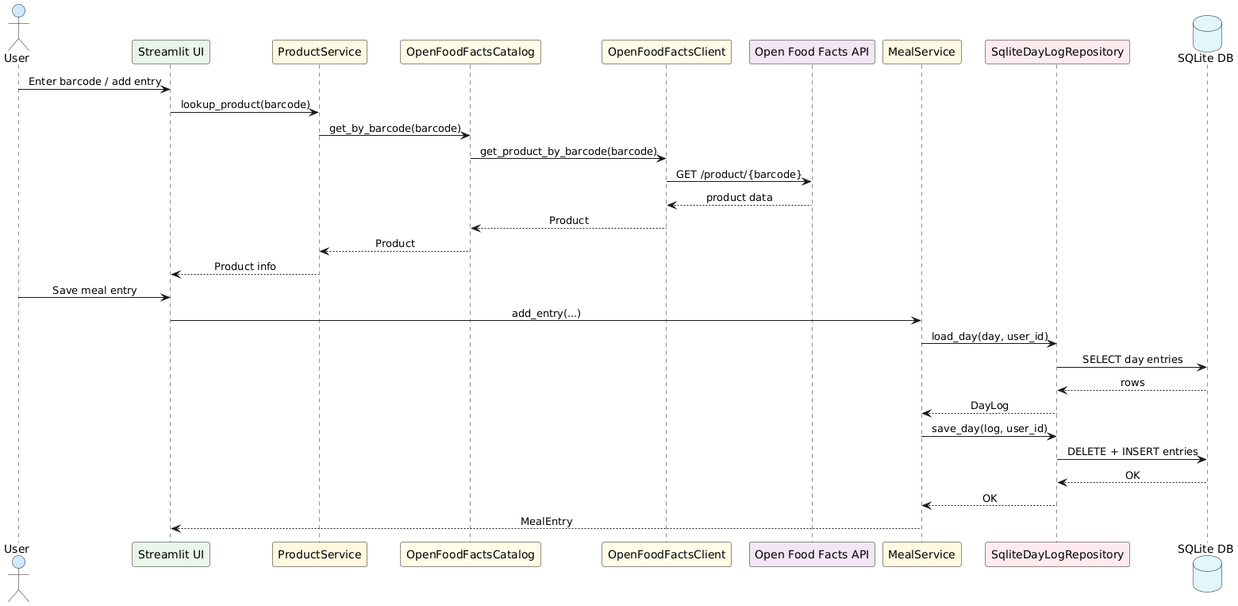
Earlier version of the PlantUML export pictures/uml-sequence-1.png (unibo-dtm-se-2425-havij/report).
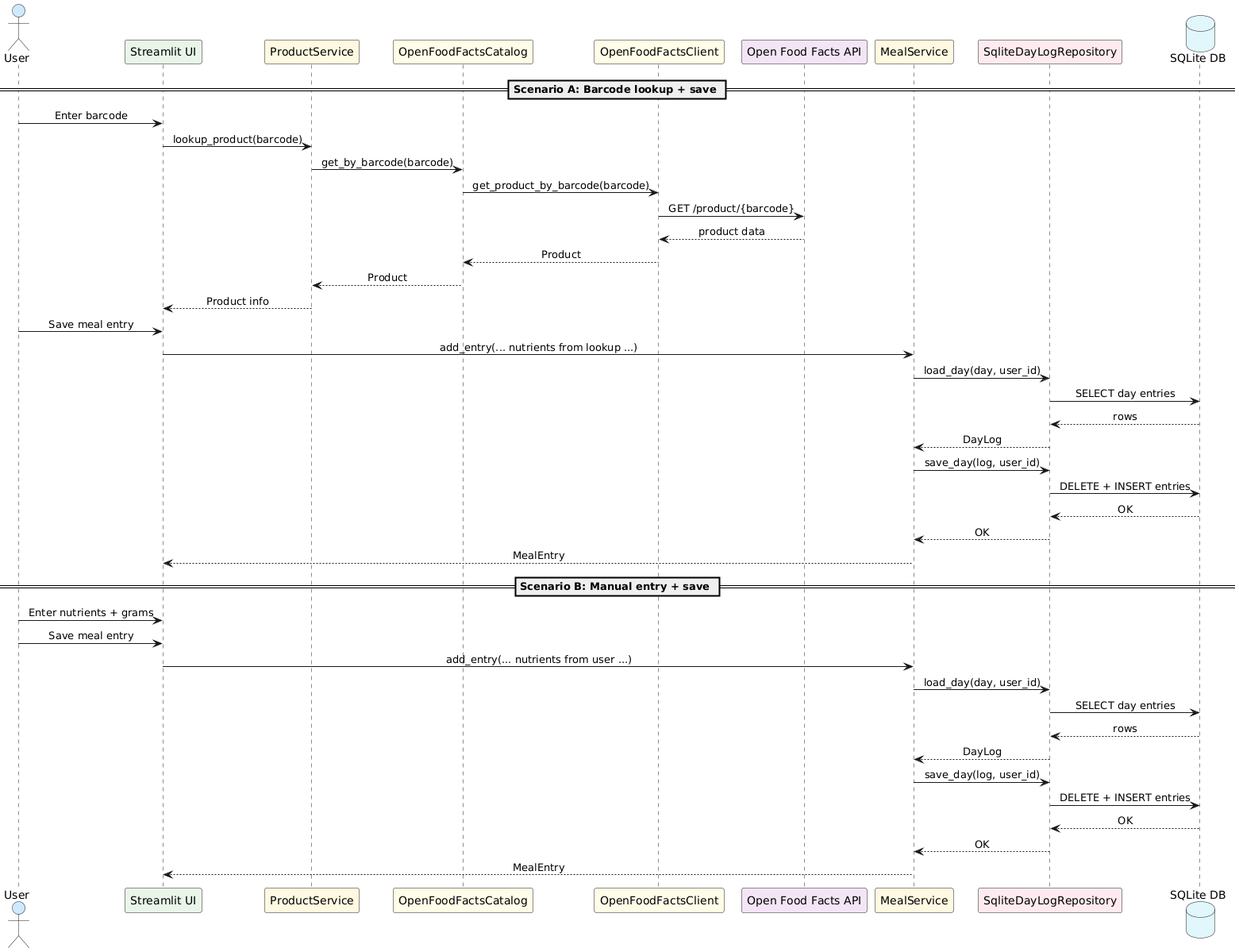
The same file after the commit.

Change to the diagram source:
```diff
@@ -10,7 +10,8 @@
 participant "SqliteDayLogRepository" as MealRepo #ffebee
 database "SQLite DB" as DB #e0f7fa
 
-User -> UI: Enter barcode / add entry
+== Scenario A: Barcode lookup + save ==
+User -> UI: Enter barcode
 UI -> ProductSvc: lookup_product(barcode)
 ProductSvc -> Catalog: get_by_barcode(barcode)
 Catalog -> Client: get_product_by_barcode(barcode)
@@ -21,7 +22,21 @@
 ProductSvc --> UI: Product info
 
 User -> UI: Save meal entry
-UI -> MealSvc: add_entry(...)
+UI -> MealSvc: add_entry(... nutrients from lookup ...)
+MealSvc -> MealRepo: load_day(day, user_id)
+MealRepo -> DB: SELECT day entries
+DB --> MealRepo: rows
+MealRepo --> MealSvc: DayLog
+MealSvc -> MealRepo: save_day(log, user_id)
+MealRepo -> DB: DELETE + INSERT entries
+DB --> MealRepo: OK
+MealRepo --> MealSvc: OK
+MealSvc --> UI: MealEntry
+
+== Scenario B: Manual entry + save ==
+User -> UI: Enter nutrients + grams
+User -> UI: Save meal entry
+UI -> MealSvc: add_entry(... nutrients from user ...)
 MealSvc -> MealRepo: load_day(day, user_id)
 MealRepo -> DB: SELECT day entries
 DB --> MealRepo: rows
```
